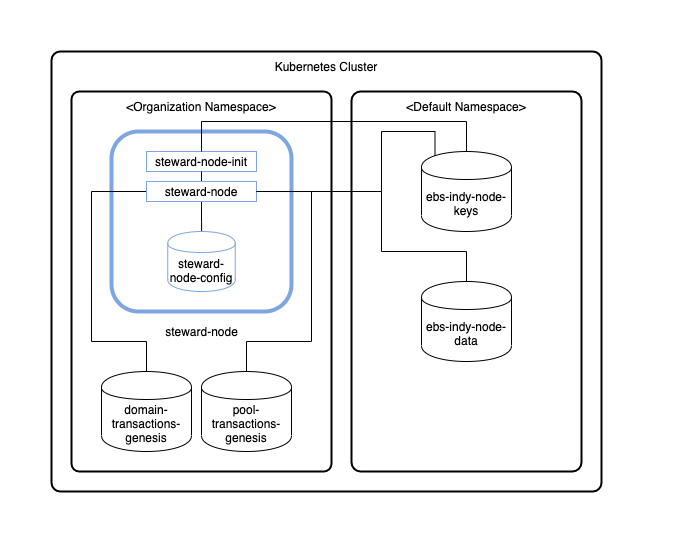
Above: docs/source/_static/hyperledger-indy-kubernetes-deployment-peers.png in hyperledger/bevel (draw.io), before the change. Source tidied: cells renumbered, new cells last; positions are measured from the earlier drawing's top-left corner, leaving out a move shared by most shapes.
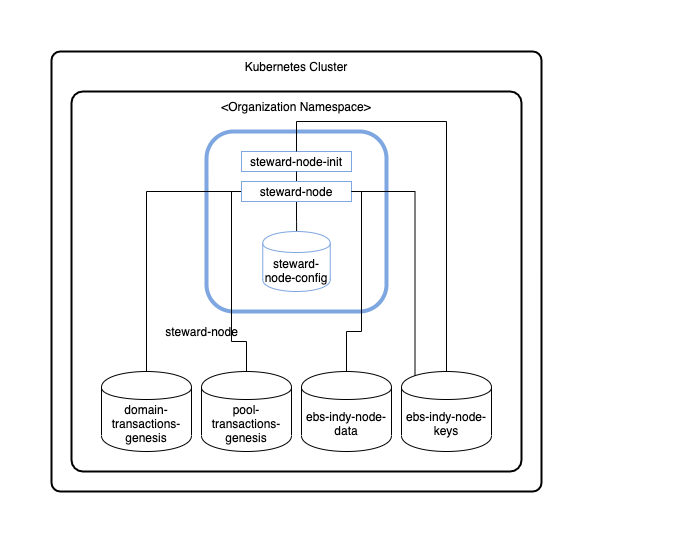
After the commit.

Commit message:
Update architecture and component diagram (#133)

What changed in the source:
```diff
@@ -6,19 +6,19 @@
       <mxGeometry width="690" height="550" as="geometry" />
     </mxCell>
     <mxCell id="3" value="&lt;span style=&quot;white-space: normal&quot;&gt;Kubernetes Cluster&lt;/span&gt;" style="rounded=1;whiteSpace=wrap;html=1;shadow=0;arcSize=2;spacingTop=-410;strokeWidth=2;" parent="1" vertex="1">
-      <mxGeometry x="50" y="50" width="550" height="440" as="geometry" />
+      <mxGeometry x="50" y="50" width="490" height="440" as="geometry" />
     </mxCell>
     <mxCell id="4" value="&lt;span style=&quot;white-space: normal&quot;&gt;&amp;lt;Organization Namespace&amp;gt;&lt;/span&gt;" style="rounded=1;whiteSpace=wrap;html=1;arcSize=3;spacingTop=-350;strokeWidth=2;" parent="1" vertex="1">
-      <mxGeometry x="70" y="90" width="260" height="380" as="geometry" />
+      <mxGeometry x="70" y="90" width="450" height="380" as="geometry" />
     </mxCell>
     <mxCell id="5" style="rounded=1;whiteSpace=wrap;html=1;shadow=0;strokeColor=#7EA6E0;strokeWidth=4;" parent="1" vertex="1">
-      <mxGeometry x="110" y="130" width="180" height="180" as="geometry" />
+      <mxGeometry x="205" y="130" width="180" height="180" as="geometry" />
     </mxCell>
     <mxCell id="6" value="steward-node" style="text;html=1;strokeColor=none;fillColor=none;align=center;verticalAlign=middle;whiteSpace=wrap;rounded=0;shadow=0;" parent="1" vertex="1">
       <mxGeometry x="162.5" y="320" width="75" height="20" as="geometry" />
     </mxCell>
     <mxCell id="7" value="steward-node-init" style="rounded=0;whiteSpace=wrap;html=1;shadow=0;strokeColor=#7EA6E0;strokeWidth=1;" parent="1" vertex="1">
-      <mxGeometry x="145" y="150" width="110" height="20" as="geometry" />
+      <mxGeometry x="240" y="150" width="110" height="20" as="geometry" />
     </mxCell>
     <mxCell id="8" style="edgeStyle=orthogonalEdgeStyle;rounded=0;jettySize=auto;html=1;exitX=0.5;exitY=0;exitDx=0;exitDy=0;entryX=0.5;entryY=1;entryDx=0;entryDy=0;endArrow=none;endFill=0;" parent="1" edge="1" source="12" target="7">
       <mxGeometry relative="1" as="geometry" />
@@ -29,26 +29,24 @@
     <mxCell id="10" style="edgeStyle=orthogonalEdgeStyle;rounded=0;jettySize=auto;html=1;exitX=0;exitY=0.5;exitDx=0;exitDy=0;endArrow=none;endFill=0;" parent="1" edge="1" source="12" target="14">
       <mxGeometry relative="1" as="geometry">
         <Array as="points">
-          <mxPoint x="90" y="190" />
-          <mxPoint x="90" y="340" />
-          <mxPoint x="145" y="340" />
+          <mxPoint x="145" y="190" />
         </Array>
       </mxGeometry>
     </mxCell>
-    <mxCell id="11" style="edgeStyle=orthogonalEdgeStyle;rounded=0;jettySize=auto;html=1;endArrow=none;endFill=0;" parent="1" edge="1" source="12" target="17">
+    <mxCell id="11" style="edgeStyle=orthogonalEdgeStyle;rounded=0;jettySize=auto;html=1;endArrow=none;endFill=0;" parent="1" edge="1" source="12" target="16">
       <mxGeometry relative="1" as="geometry">
         <Array as="points">
-          <mxPoint x="310" y="190" />
-          <mxPoint x="310" y="340" />
+          <mxPoint x="230" y="190" />
+          <mxPoint x="230" y="340" />
           <mxPoint x="245" y="340" />
         </Array>
       </mxGeometry>
     </mxCell>
     <mxCell id="12" value="steward-node" style="rounded=0;whiteSpace=wrap;html=1;shadow=0;strokeColor=#7EA6E0;strokeWidth=1;" parent="1" vertex="1">
-      <mxGeometry x="145" y="180" width="110" height="20" as="geometry" />
+      <mxGeometry x="240" y="180" width="110" height="20" as="geometry" />
     </mxCell>
     <mxCell id="13" value="steward-node-config" style="shape=cylinder;whiteSpace=wrap;html=1;boundedLbl=1;backgroundOutline=1;rounded=1;shadow=0;strokeWidth=1;strokeColor=#7EA6E0;" parent="1" vertex="1">
-      <mxGeometry x="166.2" y="230" width="67.5" height="60" as="geometry" />
+      <mxGeometry x="261.2" y="230" width="67.5" height="60" as="geometry" />
     </mxCell>
     <mxCell id="14" value="domain-transactions-genesis" style="shape=cylinder;whiteSpace=wrap;html=1;boundedLbl=1;backgroundOutline=1;rounded=1;shadow=0;strokeWidth=1;" parent="1" vertex="1">
       <mxGeometry x="100" y="370" width="90" height="80" as="geometry" />
@@ -56,43 +54,38 @@
     <mxCell id="15" style="edgeStyle=orthogonalEdgeStyle;rounded=0;orthogonalLoop=1;jettySize=auto;html=1;exitX=0.5;exitY=1;exitDx=0;exitDy=0;" parent="1" edge="1" source="4" target="4">
       <mxGeometry relative="1" as="geometry" />
     </mxCell>
-    <mxCell id="16" value="&amp;lt;Default Namespace&amp;gt;" style="rounded=1;whiteSpace=wrap;html=1;shadow=0;strokeColor=#000000;strokeWidth=2;glass=0;comic=0;perimeterSpacing=1;spacingTop=-350;arcSize=4;" parent="1" vertex="1">
-      <mxGeometry x="350" y="90" width="230" height="380" as="geometry" />
+    <mxCell id="16" value="pool-transactions-genesis" style="shape=cylinder;whiteSpace=wrap;html=1;boundedLbl=1;backgroundOutline=1;rounded=1;shadow=0;strokeWidth=1;" parent="1" vertex="1">
+      <mxGeometry x="200" y="370" width="90" height="80" as="geometry" />
     </mxCell>
-    <mxCell id="17" value="pool-transactions-genesis" style="shape=cylinder;whiteSpace=wrap;html=1;boundedLbl=1;backgroundOutline=1;rounded=1;shadow=0;strokeWidth=1;" parent="1" vertex="1">
-      <mxGeometry x="200" y="370" width="90" height="80" as="geometry" />
+    <mxCell id="17" value="ebs-indy-node-keys" style="shape=cylinder;whiteSpace=wrap;html=1;boundedLbl=1;backgroundOutline=1;rounded=1;shadow=0;strokeWidth=1;" parent="1" vertex="1">
+      <mxGeometry x="400" y="370" width="90" height="80" as="geometry" />
     </mxCell>
-    <mxCell id="18" value="ebs-indy-node-keys" style="shape=cylinder;whiteSpace=wrap;html=1;boundedLbl=1;backgroundOutline=1;rounded=1;shadow=0;strokeWidth=1;" parent="1" vertex="1">
-      <mxGeometry x="420" y="150" width="90" height="80" as="geometry" />
+    <mxCell id="18" value="ebs-indy-node-data" style="shape=cylinder;whiteSpace=wrap;html=1;boundedLbl=1;backgroundOutline=1;rounded=1;shadow=0;strokeWidth=1;" parent="1" vertex="1">
+      <mxGeometry x="300" y="370" width="90" height="80" as="geometry" />
     </mxCell>
-    <mxCell id="19" value="ebs-indy-node-data" style="shape=cylinder;whiteSpace=wrap;html=1;boundedLbl=1;backgroundOutline=1;rounded=1;shadow=0;strokeWidth=1;" parent="1" vertex="1">
-      <mxGeometry x="420" y="280" width="90" height="80" as="geometry" />
+    <mxCell id="19" style="edgeStyle=orthogonalEdgeStyle;rounded=0;jettySize=auto;html=1;entryX=0.5;entryY=0;entryDx=0;entryDy=0;exitX=0.5;exitY=0;exitDx=0;exitDy=0;endArrow=none;endFill=0;" parent="1" edge="1" source="7" target="17">
+      <mxGeometry relative="1" as="geometry">
+        <Array as="points">
+          <mxPoint x="295" y="120" />
+          <mxPoint x="445" y="120" />
+        </Array>
+      </mxGeometry>
     </mxCell>
-    <mxCell id="20" style="edgeStyle=orthogonalEdgeStyle;rounded=0;jettySize=auto;html=1;entryX=0.5;entryY=0;entryDx=0;entryDy=0;exitX=0.5;exitY=0;exitDx=0;exitDy=0;endArrow=none;endFill=0;" parent="1" edge="1" source="7" target="18">
+    <mxCell id="20" style="edgeStyle=orthogonalEdgeStyle;rounded=0;jettySize=auto;html=1;entryX=0.15;entryY=0.05;entryDx=0;entryDy=0;endArrow=none;endFill=0;exitX=1;exitY=0.5;exitDx=0;exitDy=0;entryPerimeter=0;" parent="1" edge="1" source="12" target="17">
       <mxGeometry relative="1" as="geometry">
         <Array as="points">
-          <mxPoint x="200" y="120" />
-          <mxPoint x="465" y="120" />
+          <mxPoint x="414" y="190" />
         </Array>
       </mxGeometry>
     </mxCell>
-    <mxCell id="21" style="edgeStyle=orthogonalEdgeStyle;rounded=0;jettySize=auto;html=1;entryX=0.15;entryY=0.05;entryDx=0;entryDy=0;endArrow=none;endFill=0;exitX=1;exitY=0.5;exitDx=0;exitDy=0;entryPerimeter=0;" parent="1" edge="1" source="12" target="18">
+    <mxCell id="21" style="edgeStyle=orthogonalEdgeStyle;rounded=0;jettySize=auto;html=1;exitX=1;exitY=0.5;exitDx=0;exitDy=0;endArrow=none;endFill=0;entryX=0.5;entryY=0;entryDx=0;entryDy=0;" parent="1" edge="1" source="12" target="18">
       <mxGeometry relative="1" as="geometry">
         <Array as="points">
-          <mxPoint x="380" y="190" />
-          <mxPoint x="380" y="130" />
-          <mxPoint x="434" y="130" />
+          <mxPoint x="360" y="190" />
+          <mxPoint x="360" y="330" />
+          <mxPoint x="345" y="330" />
         </Array>
       </mxGeometry>
     </mxCell>
-    <mxCell id="22" style="edgeStyle=orthogonalEdgeStyle;rounded=0;jettySize=auto;html=1;exitX=1;exitY=0.5;exitDx=0;exitDy=0;endArrow=none;endFill=0;entryX=0.5;entryY=0;entryDx=0;entryDy=0;" parent="1" edge="1" source="12" target="19">
-      <mxGeometry relative="1" as="geometry">
-        <Array as="points">
-          <mxPoint x="380" y="190" />
-          <mxPoint x="380" y="250" />
-          <mxPoint x="465" y="250" />
-        </Array>
-      </mxGeometry>
-    </mxCell>
   </root>
 </mxGraphModel>
```
